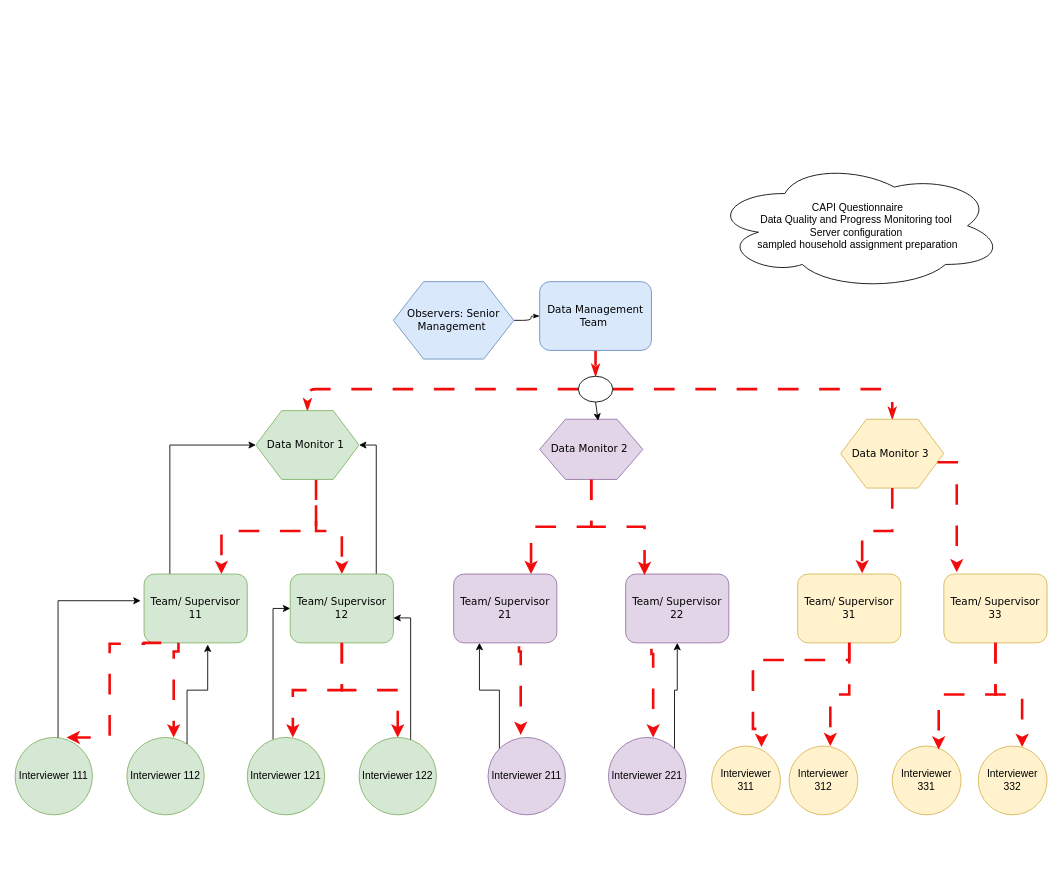
Above: Untitled Diagram.drawio in ATsegay/ATsegay (draw.io), before the change. Source tidied: cells renumbered, new cells numbered last; positions are measured from the earlier drawing's top-left corner, leaving out a move shared by most shapes. Both pictures are drawn from the tidied source at 86%, with x=0, y=0 at pixel (15, 161).
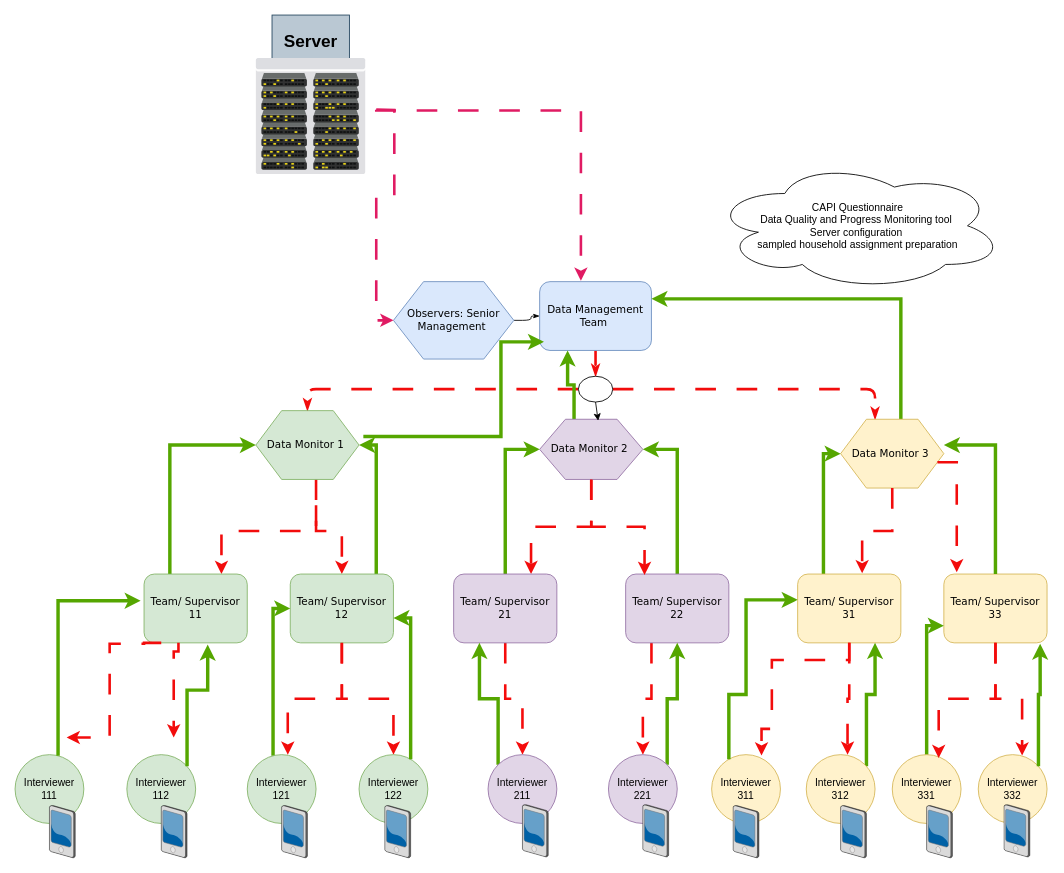
After the change.

Unchanged cells that the change refers to:
```xml
<mxCell id="3" value="Observers: Senior Management&amp;nbsp;" style="shape=hexagon;perimeter=hexagonPerimeter;whiteSpace=wrap;html=1;rounded=0;shadow=0;labelBackgroundColor=none;strokeWidth=1;fontFamily=Verdana;fontSize=12;align=center;fillColor=#dae8fc;strokeColor=#6c8ebf;" parent="1" vertex="1">
  <mxGeometry x="440" y="140" width="140" height="90" as="geometry" />
</mxCell>
<mxCell id="5" value="Data Management Team&amp;nbsp;" style="rounded=1;whiteSpace=wrap;html=1;shadow=0;labelBackgroundColor=none;strokeWidth=1;fontFamily=Verdana;fontSize=12;align=center;fillColor=#dae8fc;strokeColor=#6c8ebf;" parent="1" vertex="1">
  <mxGeometry x="610" y="140" width="130" height="80" as="geometry" />
</mxCell>
<mxCell id="8" style="ellipse;whiteSpace=wrap;html=1;rounded=1;shadow=0;labelBackgroundColor=none;strokeWidth=1;fontFamily=Verdana;fontSize=12;align=center;" parent="1" vertex="1">
  <mxGeometry x="655" y="250" width="40" height="30" as="geometry" />
</mxCell>
<mxCell id="11" value="Data Monitor 1&amp;nbsp;" style="shape=hexagon;perimeter=hexagonPerimeter;whiteSpace=wrap;html=1;rounded=0;shadow=0;labelBackgroundColor=none;strokeWidth=1;fontFamily=Verdana;fontSize=12;align=center;fillColor=#d5e8d4;strokeColor=#82b366;" parent="1" vertex="1">
  <mxGeometry x="280" y="290" width="120" height="80" as="geometry" />
</mxCell>
<mxCell id="12" value="Data Monitor 3&amp;nbsp;" style="shape=hexagon;perimeter=hexagonPerimeter;whiteSpace=wrap;html=1;rounded=0;shadow=0;labelBackgroundColor=none;strokeWidth=1;fontFamily=Verdana;fontSize=12;align=center;fillColor=#fff2cc;strokeColor=#d6b656;" parent="1" vertex="1">
  <mxGeometry x="960" y="300" width="120" height="80" as="geometry" />
</mxCell>
<mxCell id="14" value="Team/ Supervisor 11" style="rounded=1;whiteSpace=wrap;html=1;shadow=0;labelBackgroundColor=none;strokeWidth=1;fontFamily=Verdana;fontSize=12;align=center;fillColor=#d5e8d4;strokeColor=#82b366;" parent="1" vertex="1">
  <mxGeometry x="150" y="480" width="120" height="80" as="geometry" />
</mxCell>
<mxCell id="15" value="Team/ Supervisor 33" style="rounded=1;whiteSpace=wrap;html=1;shadow=0;labelBackgroundColor=none;strokeWidth=1;fontFamily=Verdana;fontSize=12;align=center;fillColor=#fff2cc;strokeColor=#d6b656;" parent="1" vertex="1">
  <mxGeometry x="1080" y="480" width="120" height="80" as="geometry" />
</mxCell>
<mxCell id="17" value="Data Monitor 2&amp;nbsp;" style="shape=hexagon;perimeter=hexagonPerimeter;whiteSpace=wrap;html=1;rounded=0;shadow=0;labelBackgroundColor=none;strokeWidth=1;fontFamily=Verdana;fontSize=12;align=center;fillColor=#e1d5e7;strokeColor=#9673a6;" parent="1" vertex="1">
  <mxGeometry x="610" y="300" width="120" height="70" as="geometry" />
</mxCell>
<mxCell id="19" value="Team/ Supervisor 21" style="rounded=1;whiteSpace=wrap;html=1;shadow=0;labelBackgroundColor=none;strokeWidth=1;fontFamily=Verdana;fontSize=12;align=center;fillColor=#e1d5e7;strokeColor=#9673a6;" parent="1" vertex="1">
  <mxGeometry x="510" y="480" width="120" height="80" as="geometry" />
</mxCell>
<mxCell id="20" value="Team/ Supervisor 22" style="rounded=1;whiteSpace=wrap;html=1;shadow=0;labelBackgroundColor=none;strokeWidth=1;fontFamily=Verdana;fontSize=12;align=center;fillColor=#e1d5e7;strokeColor=#9673a6;" parent="1" vertex="1">
  <mxGeometry x="710" y="480" width="120" height="80" as="geometry" />
</mxCell>
<mxCell id="23" value="Team/ Supervisor 12" style="rounded=1;whiteSpace=wrap;html=1;shadow=0;labelBackgroundColor=none;strokeWidth=1;fontFamily=Verdana;fontSize=12;align=center;fillColor=#d5e8d4;strokeColor=#82b366;" parent="1" vertex="1">
  <mxGeometry x="320" y="480" width="120" height="80" as="geometry" />
</mxCell>
<mxCell id="24" value="Team/ Supervisor 31" style="rounded=1;whiteSpace=wrap;html=1;shadow=0;labelBackgroundColor=none;strokeWidth=1;fontFamily=Verdana;fontSize=12;align=center;fillColor=#fff2cc;strokeColor=#d6b656;" parent="1" vertex="1">
  <mxGeometry x="910" y="480" width="120" height="80" as="geometry" />
</mxCell>
```

Change to the diagram source:
```diff
@@
     <mxCell id="6" style="edgeStyle=orthogonalEdgeStyle;rounded=1;html=1;labelBackgroundColor=none;startArrow=none;startFill=0;startSize=5;endArrow=classicThin;endFill=1;endSize=5;jettySize=auto;strokeWidth=3;fontFamily=Verdana;fontSize=8;strokeColor=#F20C0C;dashed=1;dashPattern=8 8;" parent="1" edge="1" source="8" target="12">
-      <mxGeometry relative="1" as="geometry" />
+      <mxGeometry relative="1" as="geometry">
+        <Array as="points">
+          <mxPoint x="1000" y="265" />
+        </Array>
+      </mxGeometry>
     </mxCell>
@@
+    <mxCell id="54" style="edgeStyle=orthogonalEdgeStyle;rounded=0;orthogonalLoop=1;jettySize=auto;html=1;entryX=0;entryY=1;entryDx=0;entryDy=0;strokeWidth=4;strokeColor=#55A600;" parent="1" edge="1">
+      <mxGeometry relative="1" as="geometry">
+        <mxPoint x="405" y="320" as="sourcePoint" />
+        <mxPoint x="615" y="210" as="targetPoint" />
+        <Array as="points">
+          <mxPoint x="565" y="320" />
+          <mxPoint x="565" y="210" />
+        </Array>
+      </mxGeometry>
+    </mxCell>
@@
+    <mxCell id="55" style="edgeStyle=orthogonalEdgeStyle;rounded=0;jettySize=auto;html=1;entryX=1;entryY=0.25;entryDx=0;entryDy=0;strokeWidth=4;strokeColor=#55A600;" parent="1" edge="1" source="12" target="5">
+      <mxGeometry relative="1" as="geometry">
+        <Array as="points">
+          <mxPoint x="1030" y="160" />
+        </Array>
+      </mxGeometry>
+    </mxCell>
@@
-    <mxCell id="13" style="edgeStyle=orthogonalEdgeStyle;rounded=0;jettySize=auto;html=1;entryX=0;entryY=0.5;entryDx=0;entryDy=0;" parent="1" edge="1" source="14" target="11">
+    <mxCell id="13" style="edgeStyle=orthogonalEdgeStyle;rounded=0;jettySize=auto;html=1;entryX=0;entryY=0.5;entryDx=0;entryDy=0;strokeWidth=4;strokeColor=#55A600;" parent="1" edge="1" source="14" target="11">
       <mxGeometry relative="1" as="geometry">
         <Array as="points">
           <mxPoint x="180" y="330" />
         </Array>
       </mxGeometry>
     </mxCell>
@@
+    <mxCell id="56" style="edgeStyle=orthogonalEdgeStyle;rounded=0;jettySize=auto;html=1;entryX=0.25;entryY=1;entryDx=0;entryDy=0;strokeWidth=4;strokeColor=#55A600;" parent="1" edge="1" source="17" target="5">
+      <mxGeometry relative="1" as="geometry">
+        <Array as="points">
+          <mxPoint x="650" y="260" />
+          <mxPoint x="643" y="260" />
+        </Array>
+      </mxGeometry>
+    </mxCell>
@@
+    <mxCell id="57" style="edgeStyle=orthogonalEdgeStyle;rounded=0;jettySize=auto;html=1;entryX=0;entryY=0.5;entryDx=0;entryDy=0;strokeWidth=4;strokeColor=#55A600;" parent="1" edge="1" source="19" target="17">
+      <mxGeometry relative="1" as="geometry" />
+    </mxCell>
+    <mxCell id="52" style="edgeStyle=orthogonalEdgeStyle;rounded=0;jettySize=auto;html=1;entryX=0.5;entryY=0;entryDx=0;entryDy=0;dashed=1;strokeWidth=3;strokeColor=#F50C0C;dashPattern=8 8;" parent="1" edge="1" source="19" target="49">
+      <mxGeometry relative="1" as="geometry" />
+    </mxCell>
@@
+    <mxCell id="58" style="edgeStyle=orthogonalEdgeStyle;rounded=0;jettySize=auto;html=1;entryX=1;entryY=0.5;entryDx=0;entryDy=0;strokeWidth=4;strokeColor=#55A600;" parent="1" edge="1" source="20" target="17">
+      <mxGeometry relative="1" as="geometry" />
+    </mxCell>
+    <mxCell id="59" style="edgeStyle=orthogonalEdgeStyle;rounded=0;jettySize=auto;html=1;entryX=0.5;entryY=0;entryDx=0;entryDy=0;dashed=1;strokeWidth=3;strokeColor=#F50C0C;dashPattern=8 8;" parent="1" edge="1" source="20" target="51">
+      <mxGeometry relative="1" as="geometry">
+        <Array as="points">
+          <mxPoint x="740" y="625" />
+          <mxPoint x="730" y="625" />
+        </Array>
+      </mxGeometry>
+    </mxCell>
@@
-    <mxCell id="22" style="edgeStyle=orthogonalEdgeStyle;rounded=0;jettySize=auto;html=1;entryX=1;entryY=0.5;entryDx=0;entryDy=0;" parent="1" edge="1" source="23" target="11">
+    <mxCell id="22" style="edgeStyle=orthogonalEdgeStyle;rounded=0;jettySize=auto;html=1;entryX=1;entryY=0.5;entryDx=0;entryDy=0;strokeWidth=4;strokeColor=#55A600;" parent="1" edge="1" source="23" target="11">
       <mxGeometry relative="1" as="geometry">
         <Array as="points">
           <mxPoint x="420" y="330" />
         </Array>
       </mxGeometry>
     </mxCell>
@@
+    <mxCell id="60" style="edgeStyle=orthogonalEdgeStyle;rounded=0;jettySize=auto;html=1;entryX=0;entryY=0.5;entryDx=0;entryDy=0;strokeWidth=4;strokeColor=#55A600;" parent="1" edge="1" source="24" target="12">
+      <mxGeometry relative="1" as="geometry">
+        <Array as="points">
+          <mxPoint x="940" y="340" />
+        </Array>
+      </mxGeometry>
+    </mxCell>
@@
     <mxCell id="25" value="Interviewer 111" style="ellipse;whiteSpace=wrap;html=1;fillColor=#d5e8d4;strokeColor=#82b366;" parent="1" vertex="1">
-      <mxGeometry y="670" width="90" height="90" as="geometry" />
+      <mxGeometry y="690" width="80" height="80" as="geometry" />
     </mxCell>
     <mxCell id="26" value="Interviewer 122" style="ellipse;whiteSpace=wrap;html=1;fillColor=#d5e8d4;strokeColor=#82b366;" parent="1" vertex="1">
-      <mxGeometry x="400" y="670" width="90" height="90" as="geometry" />
+      <mxGeometry x="400" y="690" width="80" height="80" as="geometry" />
     </mxCell>
-    <mxCell id="27" style="edgeStyle=orthogonalEdgeStyle;rounded=0;jettySize=auto;html=1;entryX=0;entryY=0.5;entryDx=0;entryDy=0;" parent="1" edge="1" source="28" target="23">
+    <mxCell id="27" style="edgeStyle=orthogonalEdgeStyle;rounded=0;jettySize=auto;html=1;entryX=0;entryY=0.5;entryDx=0;entryDy=0;strokeWidth=4;strokeColor=#55A600;" parent="1" edge="1" source="28" target="23">
       <mxGeometry relative="1" as="geometry">
         <Array as="points">
           <mxPoint x="300" y="520" />
         </Array>
       </mxGeometry>
     </mxCell>
     <mxCell id="28" value="Interviewer 121" style="ellipse;whiteSpace=wrap;html=1;fillColor=#d5e8d4;strokeColor=#82b366;" parent="1" vertex="1">
-      <mxGeometry x="270" y="670" width="90" height="90" as="geometry" />
+      <mxGeometry x="270" y="690" width="80" height="80" as="geometry" />
     </mxCell>
     <mxCell id="29" value="Interviewer 112" style="ellipse;whiteSpace=wrap;html=1;fillColor=#d5e8d4;strokeColor=#82b366;" parent="1" vertex="1">
-      <mxGeometry x="130" y="670" width="90" height="90" as="geometry" />
+      <mxGeometry x="130" y="690" width="80" height="80" as="geometry" />
     </mxCell>
@@
     <mxCell id="33" value="Interviewer 311" style="ellipse;whiteSpace=wrap;html=1;fillColor=#fff2cc;strokeColor=#d6b656;" parent="1" vertex="1">
-      <mxGeometry x="810" y="680" width="80" height="80" as="geometry" />
+      <mxGeometry x="810" y="690" width="80" height="80" as="geometry" />
     </mxCell>
+    <mxCell id="61" style="edgeStyle=orthogonalEdgeStyle;rounded=0;jettySize=auto;html=1;entryX=0.75;entryY=1;entryDx=0;entryDy=0;strokeWidth=4;strokeColor=#55A600;" parent="1" edge="1" source="34" target="24">
+      <mxGeometry relative="1" as="geometry">
+        <Array as="points">
+          <mxPoint x="990" y="620" />
+          <mxPoint x="1000" y="620" />
+        </Array>
+      </mxGeometry>
+    </mxCell>
     <mxCell id="34" value="Interviewer 312" style="ellipse;whiteSpace=wrap;html=1;fillColor=#fff2cc;strokeColor=#d6b656;" parent="1" vertex="1">
-      <mxGeometry x="900" y="680" width="80" height="80" as="geometry" />
+      <mxGeometry x="920" y="690" width="80" height="80" as="geometry" />
     </mxCell>
+    <mxCell id="62" style="edgeStyle=orthogonalEdgeStyle;rounded=0;jettySize=auto;html=1;entryX=0;entryY=0.75;entryDx=0;entryDy=0;strokeWidth=4;strokeColor=#55A600;" parent="1" edge="1" source="35" target="15">
+      <mxGeometry relative="1" as="geometry" />
+    </mxCell>
     <mxCell id="35" value="Interviewer 331" style="ellipse;whiteSpace=wrap;html=1;fillColor=#fff2cc;strokeColor=#d6b656;" parent="1" vertex="1">
-      <mxGeometry x="1020" y="680" width="80" height="80" as="geometry" />
+      <mxGeometry x="1020" y="690" width="80" height="80" as="geometry" />
     </mxCell>
     <mxCell id="36" value="Interviewer 332" style="ellipse;whiteSpace=wrap;html=1;fillColor=#fff2cc;strokeColor=#d6b656;" parent="1" vertex="1">
-      <mxGeometry x="1120" y="680" width="80" height="80" as="geometry" />
+      <mxGeometry x="1120" y="690" width="80" height="80" as="geometry" />
     </mxCell>
     <mxCell id="37" style="edgeStyle=orthogonalEdgeStyle;rounded=0;jettySize=auto;html=1;entryX=0.725;entryY=0.013;entryDx=0;entryDy=0;entryPerimeter=0;strokeColor=#F20C0C;dashed=1;dashPattern=8 8;strokeWidth=3;" parent="1" edge="1" source="24" target="33">
       <mxGeometry relative="1" as="geometry">
         <Array as="points">
           <mxPoint x="970" y="580" />
-          <mxPoint x="858" y="580" />
-          <mxPoint x="858" y="660" />
+          <mxPoint x="880" y="580" />
+          <mxPoint x="880" y="660" />
           <mxPoint x="868" y="660" />
         </Array>
       </mxGeometry>
     </mxCell>
-    <mxCell id="38" style="edgeStyle=orthogonalEdgeStyle;rounded=0;jettySize=auto;html=1;entryX=0.6;entryY=0;entryDx=0;entryDy=0;entryPerimeter=0;strokeColor=#F20C0C;dashed=1;dashPattern=8 8;strokeWidth=3;" parent="1" edge="1" source="24" target="34">
+    <mxCell id="38" style="edgeStyle=orthogonalEdgeStyle;rounded=0;jettySize=auto;html=1;entryX=0.6;entryY=0;entryDx=0;entryDy=0;entryPerimeter=0;strokeColor=#F50C0C;dashed=1;strokeWidth=3;dashPattern=8 8;" parent="1" edge="1" source="24" target="34">
       <mxGeometry relative="1" as="geometry" />
     </mxCell>
@@
-    <mxCell id="45" style="edgeStyle=orthogonalEdgeStyle;rounded=0;jettySize=auto;html=1;entryX=0.617;entryY=1.025;entryDx=0;entryDy=0;entryPerimeter=0;" parent="1" edge="1" source="29" target="14">
+    <mxCell id="45" style="edgeStyle=orthogonalEdgeStyle;rounded=0;jettySize=auto;html=1;entryX=0.617;entryY=1.025;entryDx=0;entryDy=0;entryPerimeter=0;strokeWidth=4;strokeColor=#55A600;" parent="1" edge="1" source="29" target="14">
       <mxGeometry relative="1" as="geometry">
         <Array as="points">
           <mxPoint x="200" y="615" />
           <mxPoint x="224" y="615" />
         </Array>
       </mxGeometry>
     </mxCell>
-    <mxCell id="46" style="edgeStyle=orthogonalEdgeStyle;rounded=0;jettySize=auto;html=1;entryX=-0.033;entryY=0.388;entryDx=0;entryDy=0;entryPerimeter=0;" parent="1" edge="1" source="25" target="14">
+    <mxCell id="46" style="edgeStyle=orthogonalEdgeStyle;rounded=0;jettySize=auto;html=1;entryX=-0.033;entryY=0.388;entryDx=0;entryDy=0;entryPerimeter=0;strokeWidth=4;strokeColor=#55A600;" parent="1" edge="1" source="25" target="14">
       <mxGeometry relative="1" as="geometry">
         <Array as="points">
           <mxPoint x="50" y="511" />
         </Array>
       </mxGeometry>
     </mxCell>
-    <mxCell id="47" style="edgeStyle=orthogonalEdgeStyle;rounded=0;jettySize=auto;html=1;entryX=1;entryY=0.638;entryDx=0;entryDy=0;entryPerimeter=0;" parent="1" edge="1" source="26" target="23">
+    <mxCell id="47" style="edgeStyle=orthogonalEdgeStyle;rounded=0;jettySize=auto;html=1;entryX=1;entryY=0.638;entryDx=0;entryDy=0;entryPerimeter=0;strokeWidth=4;strokeColor=#55A600;" parent="1" edge="1" source="26" target="23">
       <mxGeometry relative="1" as="geometry">
         <Array as="points">
           <mxPoint x="460" y="531" />
         </Array>
       </mxGeometry>
     </mxCell>
-    <mxCell id="48" style="edgeStyle=orthogonalEdgeStyle;rounded=0;jettySize=auto;html=1;exitX=0;exitY=0;exitDx=0;exitDy=0;entryX=0.25;entryY=1;entryDx=0;entryDy=0;" parent="1" edge="1" source="49" target="19">
+    <mxCell id="48" style="edgeStyle=orthogonalEdgeStyle;rounded=0;jettySize=auto;html=1;exitX=0;exitY=0;exitDx=0;exitDy=0;entryX=0.25;entryY=1;entryDx=0;entryDy=0;strokeWidth=4;strokeColor=#55A600;" parent="1" edge="1" source="49" target="19">
       <mxGeometry relative="1" as="geometry" />
     </mxCell>
     <mxCell id="49" value="Interviewer 211" style="ellipse;whiteSpace=wrap;html=1;fillColor=#e1d5e7;strokeColor=#9673a6;" parent="1" vertex="1">
-      <mxGeometry x="550" y="670" width="90" height="90" as="geometry" />
+      <mxGeometry x="550" y="690" width="80" height="80" as="geometry" />
     </mxCell>
-    <mxCell id="50" style="edgeStyle=orthogonalEdgeStyle;rounded=0;jettySize=auto;html=1;exitX=1;exitY=0;exitDx=0;exitDy=0;entryX=0.5;entryY=1;entryDx=0;entryDy=0;" parent="1" edge="1" source="51" target="20">
+    <mxCell id="50" style="edgeStyle=orthogonalEdgeStyle;rounded=0;jettySize=auto;html=1;exitX=1;exitY=0;exitDx=0;exitDy=0;entryX=0.5;entryY=1;entryDx=0;entryDy=0;strokeWidth=4;strokeColor=#55A600;" parent="1" edge="1" source="51" target="20">
       <mxGeometry relative="1" as="geometry" />
     </mxCell>
     <mxCell id="51" value="Interviewer 221" style="ellipse;whiteSpace=wrap;html=1;fillColor=#e1d5e7;strokeColor=#9673a6;" parent="1" vertex="1">
-      <mxGeometry x="690" y="670" width="90" height="90" as="geometry" />
+      <mxGeometry x="690" y="690" width="80" height="80" as="geometry" />
     </mxCell>
-    <mxCell id="52" style="edgeStyle=orthogonalEdgeStyle;rounded=0;jettySize=auto;html=1;entryX=0.422;entryY=-0.033;entryDx=0;entryDy=0;entryPerimeter=0;strokeColor=#F20C0C;dashed=1;dashPattern=8 8;strokeWidth=3;exitX=0.633;exitY=1.05;exitDx=0;exitDy=0;exitPerimeter=0;" parent="1" edge="1" source="19" target="49">
-      <mxGeometry relative="1" as="geometry">
-        <Array as="points">
-          <mxPoint x="586" y="570" />
-          <mxPoint x="588" y="570" />
-        </Array>
-      </mxGeometry>
-    </mxCell>
-    <mxCell id="53" style="edgeStyle=orthogonalEdgeStyle;rounded=0;orthogonalLoop=1;jettySize=auto;html=1;entryX=0.422;entryY=-0.033;entryDx=0;entryDy=0;entryPerimeter=0;strokeColor=#F20C0C;dashed=1;dashPattern=8 8;strokeWidth=3;exitX=0.633;exitY=1.05;exitDx=0;exitDy=0;exitPerimeter=0;" parent="1" edge="1">
-      <mxGeometry relative="1" as="geometry">
-        <mxPoint x="740" y="567" as="sourcePoint" />
-        <mxPoint x="742" y="670" as="targetPoint" />
-        <Array as="points">
-          <mxPoint x="740" y="573" />
-          <mxPoint x="742" y="573" />
-        </Array>
-      </mxGeometry>
-    </mxCell>
+    <mxCell id="63" style="edgeStyle=orthogonalEdgeStyle;rounded=0;jettySize=auto;html=1;entryX=1;entryY=0.375;entryDx=0;entryDy=0;entryPerimeter=0;strokeWidth=4;strokeColor=#55A600;" parent="1" edge="1" source="15" target="12">
+      <mxGeometry relative="1" as="geometry" />
+    </mxCell>
+    <mxCell id="64" style="edgeStyle=orthogonalEdgeStyle;rounded=0;jettySize=auto;html=1;entryX=0.933;entryY=1.013;entryDx=0;entryDy=0;entryPerimeter=0;strokeWidth=4;strokeColor=#55A600;" parent="1" edge="1" source="36" target="15">
+      <mxGeometry relative="1" as="geometry">
+        <Array as="points">
+          <mxPoint x="1190" y="620" />
+          <mxPoint x="1192" y="620" />
+        </Array>
+      </mxGeometry>
+    </mxCell>
+    <mxCell id="65" style="edgeStyle=orthogonalEdgeStyle;rounded=0;jettySize=auto;html=1;entryX=0;entryY=0.375;entryDx=0;entryDy=0;entryPerimeter=0;strokeWidth=4;strokeColor=#55A600;" parent="1" edge="1" source="33" target="24">
+      <mxGeometry relative="1" as="geometry">
+        <Array as="points">
+          <mxPoint x="830" y="620" />
+          <mxPoint x="850" y="620" />
+          <mxPoint x="850" y="510" />
+        </Array>
+      </mxGeometry>
+    </mxCell>
+    <mxCell id="66" style="verticalLabelPosition=bottom;sketch=0;html=1;verticalAlign=top;strokeColor=none;align=center;shape=mxgraph.citrix.pda;" parent="1" vertex="1">
+      <mxGeometry x="40" y="749" width="30" height="61" as="geometry" />
+    </mxCell>
+    <mxCell id="67" style="verticalLabelPosition=bottom;sketch=0;html=1;verticalAlign=top;strokeColor=none;align=center;shape=mxgraph.citrix.pda;" parent="1" vertex="1">
+      <mxGeometry x="170" y="749" width="30" height="61" as="geometry" />
+    </mxCell>
+    <mxCell id="68" style="verticalLabelPosition=bottom;sketch=0;html=1;verticalAlign=top;strokeColor=none;align=center;shape=mxgraph.citrix.pda;" parent="1" vertex="1">
+      <mxGeometry x="310" y="749" width="30" height="61" as="geometry" />
+    </mxCell>
+    <mxCell id="69" style="verticalLabelPosition=bottom;sketch=0;html=1;verticalAlign=top;strokeColor=none;align=center;shape=mxgraph.citrix.pda;" parent="1" vertex="1">
+      <mxGeometry x="430" y="749" width="30" height="61" as="geometry" />
+    </mxCell>
+    <mxCell id="70" style="verticalLabelPosition=bottom;sketch=0;html=1;verticalAlign=top;strokeColor=none;align=center;shape=mxgraph.citrix.pda;" parent="1" vertex="1">
+      <mxGeometry x="590" y="748" width="30" height="61" as="geometry" />
+    </mxCell>
+    <mxCell id="71" style="verticalLabelPosition=bottom;sketch=0;html=1;verticalAlign=top;strokeColor=none;align=center;shape=mxgraph.citrix.pda;" parent="1" vertex="1">
+      <mxGeometry x="730" y="748" width="30" height="61" as="geometry" />
+    </mxCell>
+    <mxCell id="72" style="verticalLabelPosition=bottom;sketch=0;html=1;verticalAlign=top;strokeColor=none;align=center;shape=mxgraph.citrix.pda;" parent="1" vertex="1">
+      <mxGeometry x="835" y="749" width="30" height="61" as="geometry" />
+    </mxCell>
+    <mxCell id="73" style="verticalLabelPosition=bottom;sketch=0;html=1;verticalAlign=top;strokeColor=none;align=center;shape=mxgraph.citrix.pda;" parent="1" vertex="1">
+      <mxGeometry x="960" y="749" width="30" height="61" as="geometry" />
+    </mxCell>
+    <mxCell id="74" style="verticalLabelPosition=bottom;sketch=0;html=1;verticalAlign=top;strokeColor=none;align=center;shape=mxgraph.citrix.pda;" parent="1" vertex="1">
+      <mxGeometry x="1060" y="749" width="30" height="61" as="geometry" />
+    </mxCell>
+    <mxCell id="75" style="verticalLabelPosition=bottom;sketch=0;html=1;verticalAlign=top;strokeColor=none;align=center;shape=mxgraph.citrix.pda;" parent="1" vertex="1">
+      <mxGeometry x="1150" y="748" width="30" height="61" as="geometry" />
+    </mxCell>
+    <mxCell id="76" value="&lt;font style=&quot;font-size: 20px;&quot;&gt;&lt;b&gt;Server&lt;/b&gt;&lt;/font&gt;" style="rounded=0;whiteSpace=wrap;html=1;fillColor=#bac8d3;strokeColor=#23445d;" parent="1" vertex="1">
+      <mxGeometry x="298.8" y="-170" width="90" height="60" as="geometry" />
+    </mxCell>
+    <mxCell id="77" style="edgeStyle=orthogonalEdgeStyle;rounded=0;jettySize=auto;html=1;entryX=0;entryY=0.5;entryDx=0;entryDy=0;dashed=1;dashPattern=8 8;strokeWidth=3;strokeColor=#E01B63;" parent="1" edge="1" target="3">
+      <mxGeometry relative="1" as="geometry">
+        <mxPoint x="420" y="-60" as="sourcePoint" />
+      </mxGeometry>
+    </mxCell>
+    <mxCell id="78" style="edgeStyle=orthogonalEdgeStyle;rounded=0;jettySize=auto;html=1;entryX=0.369;entryY=-0.012;entryDx=0;entryDy=0;entryPerimeter=0;dashed=1;dashPattern=8 8;strokeWidth=3;strokeColor=#E01B63;" parent="1" edge="1" target="5">
+      <mxGeometry relative="1" as="geometry">
+        <mxPoint x="420" y="-60" as="sourcePoint" />
+        <Array as="points">
+          <mxPoint x="420" y="-59" />
+          <mxPoint x="658" y="-59" />
+        </Array>
+      </mxGeometry>
+    </mxCell>
+    <mxCell id="79" style="verticalLabelPosition=bottom;sketch=0;html=1;verticalAlign=top;strokeColor=none;align=center;shape=mxgraph.citrix.datacenter;" parent="1" vertex="1">
+      <mxGeometry x="280" y="-120" width="127.5" height="135" as="geometry" />
+    </mxCell>
```
